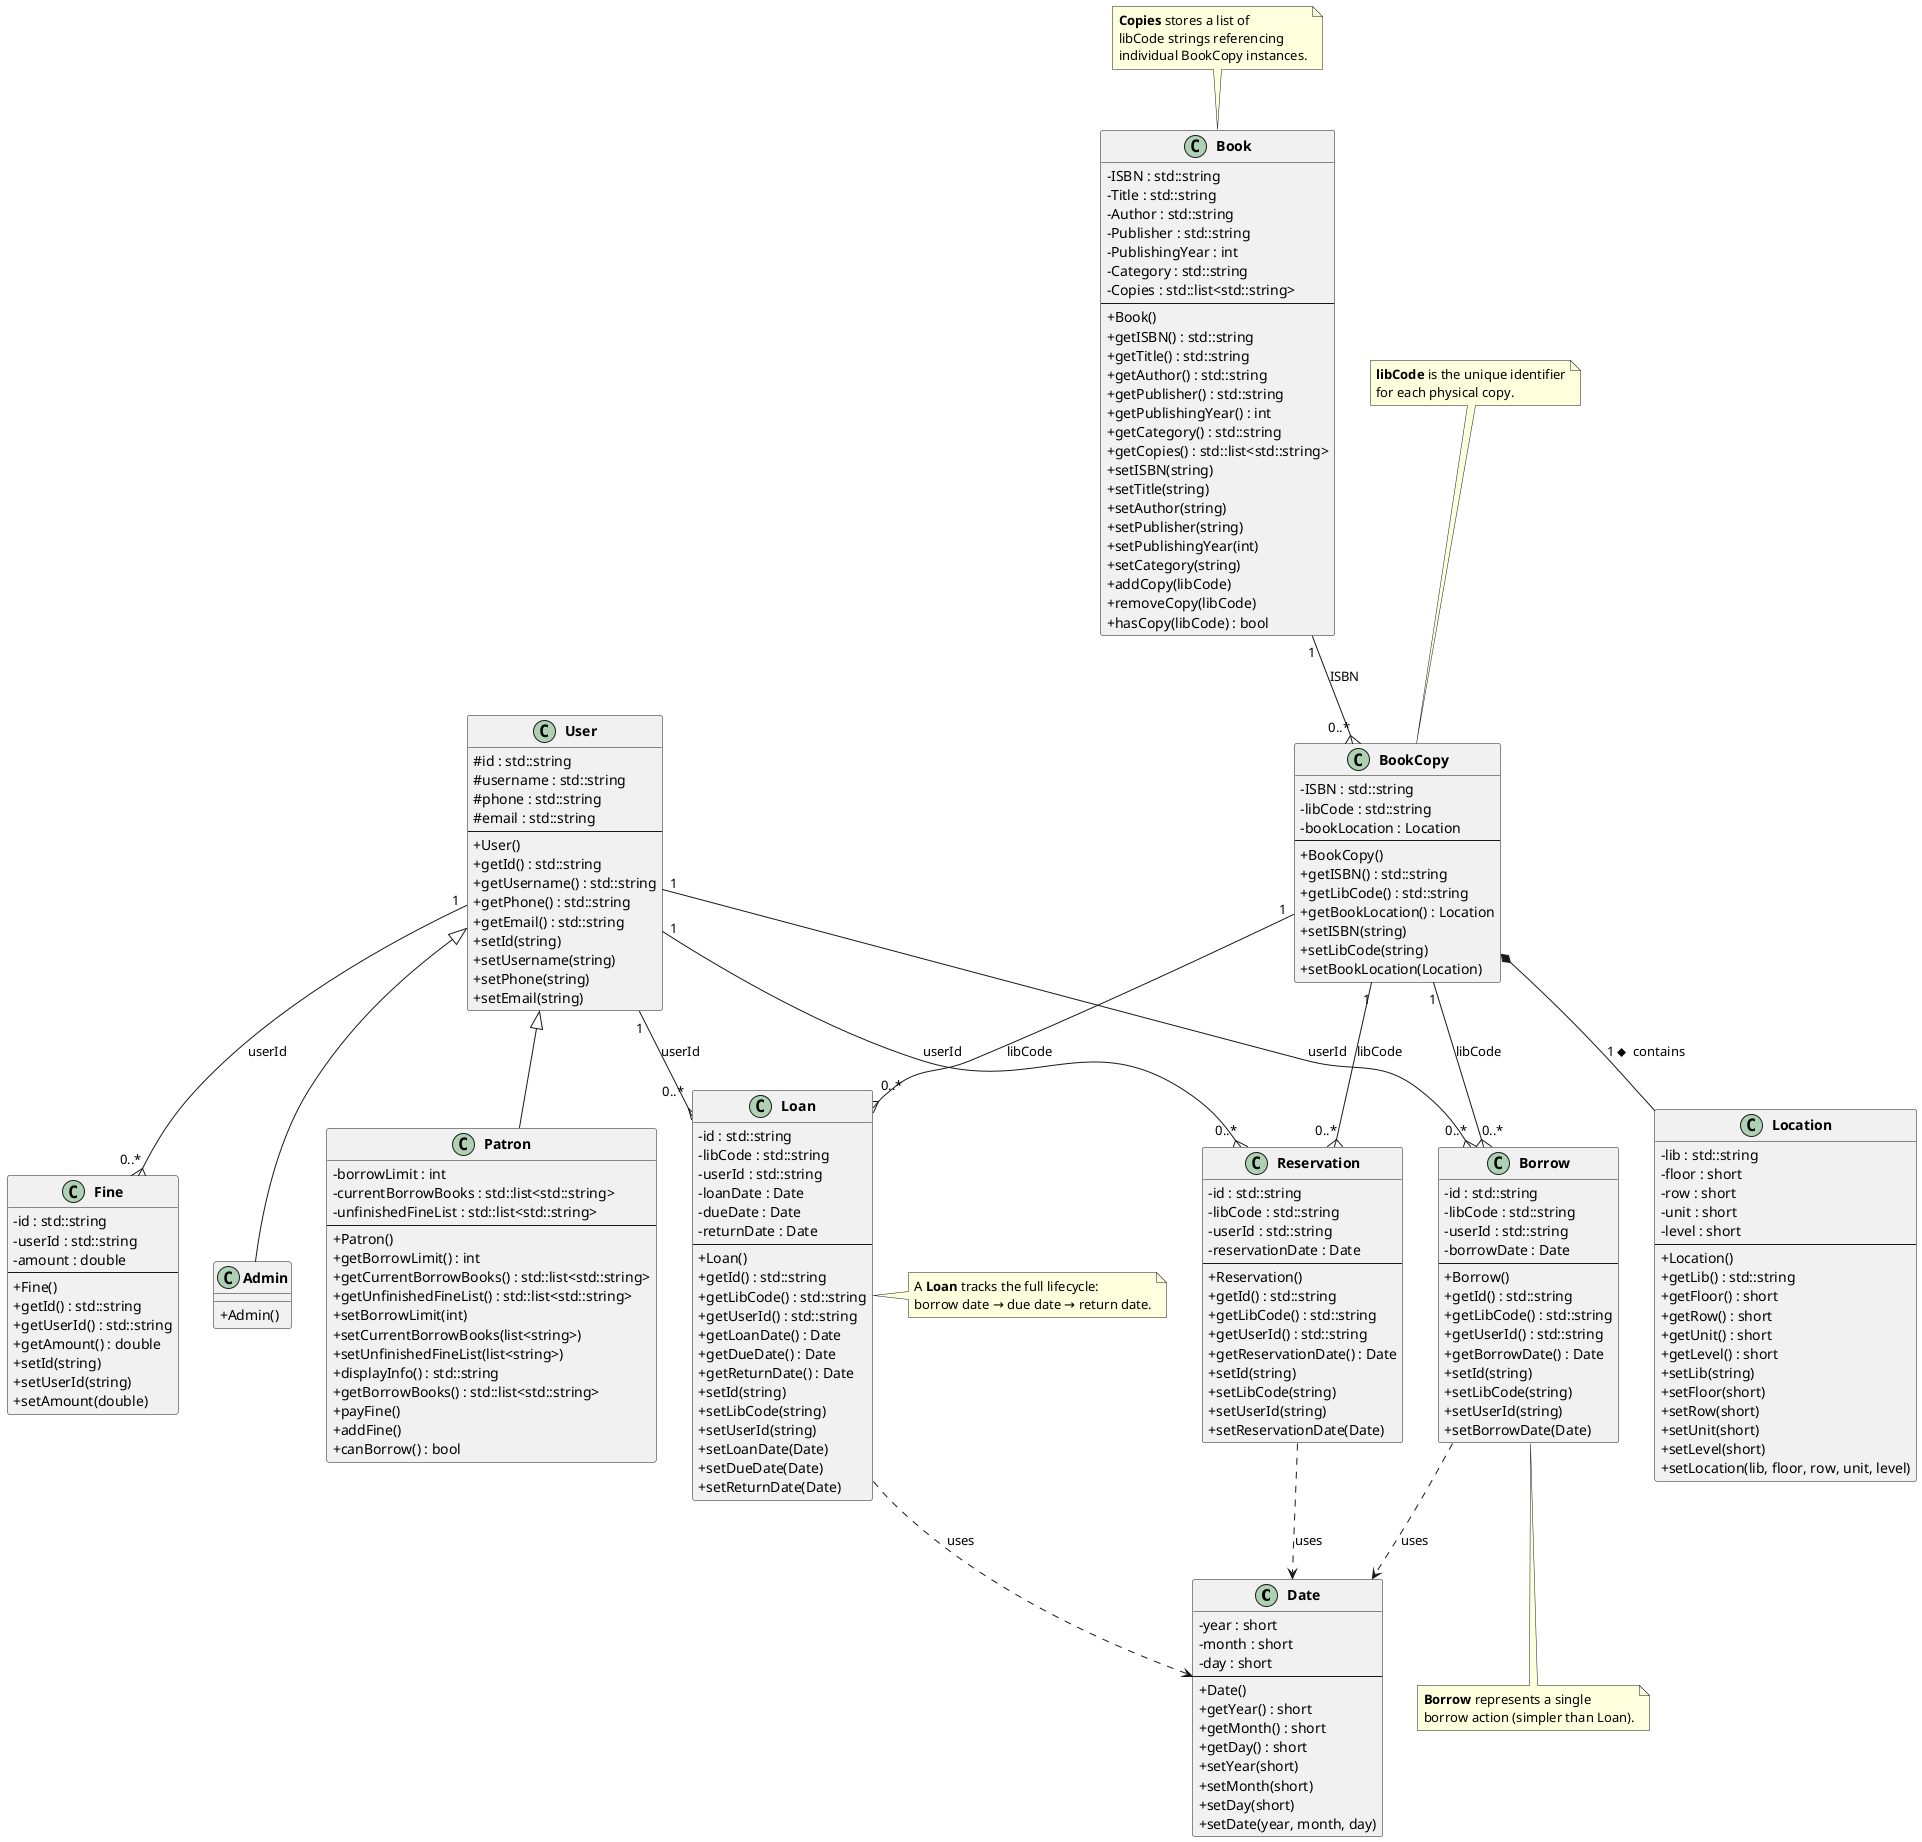
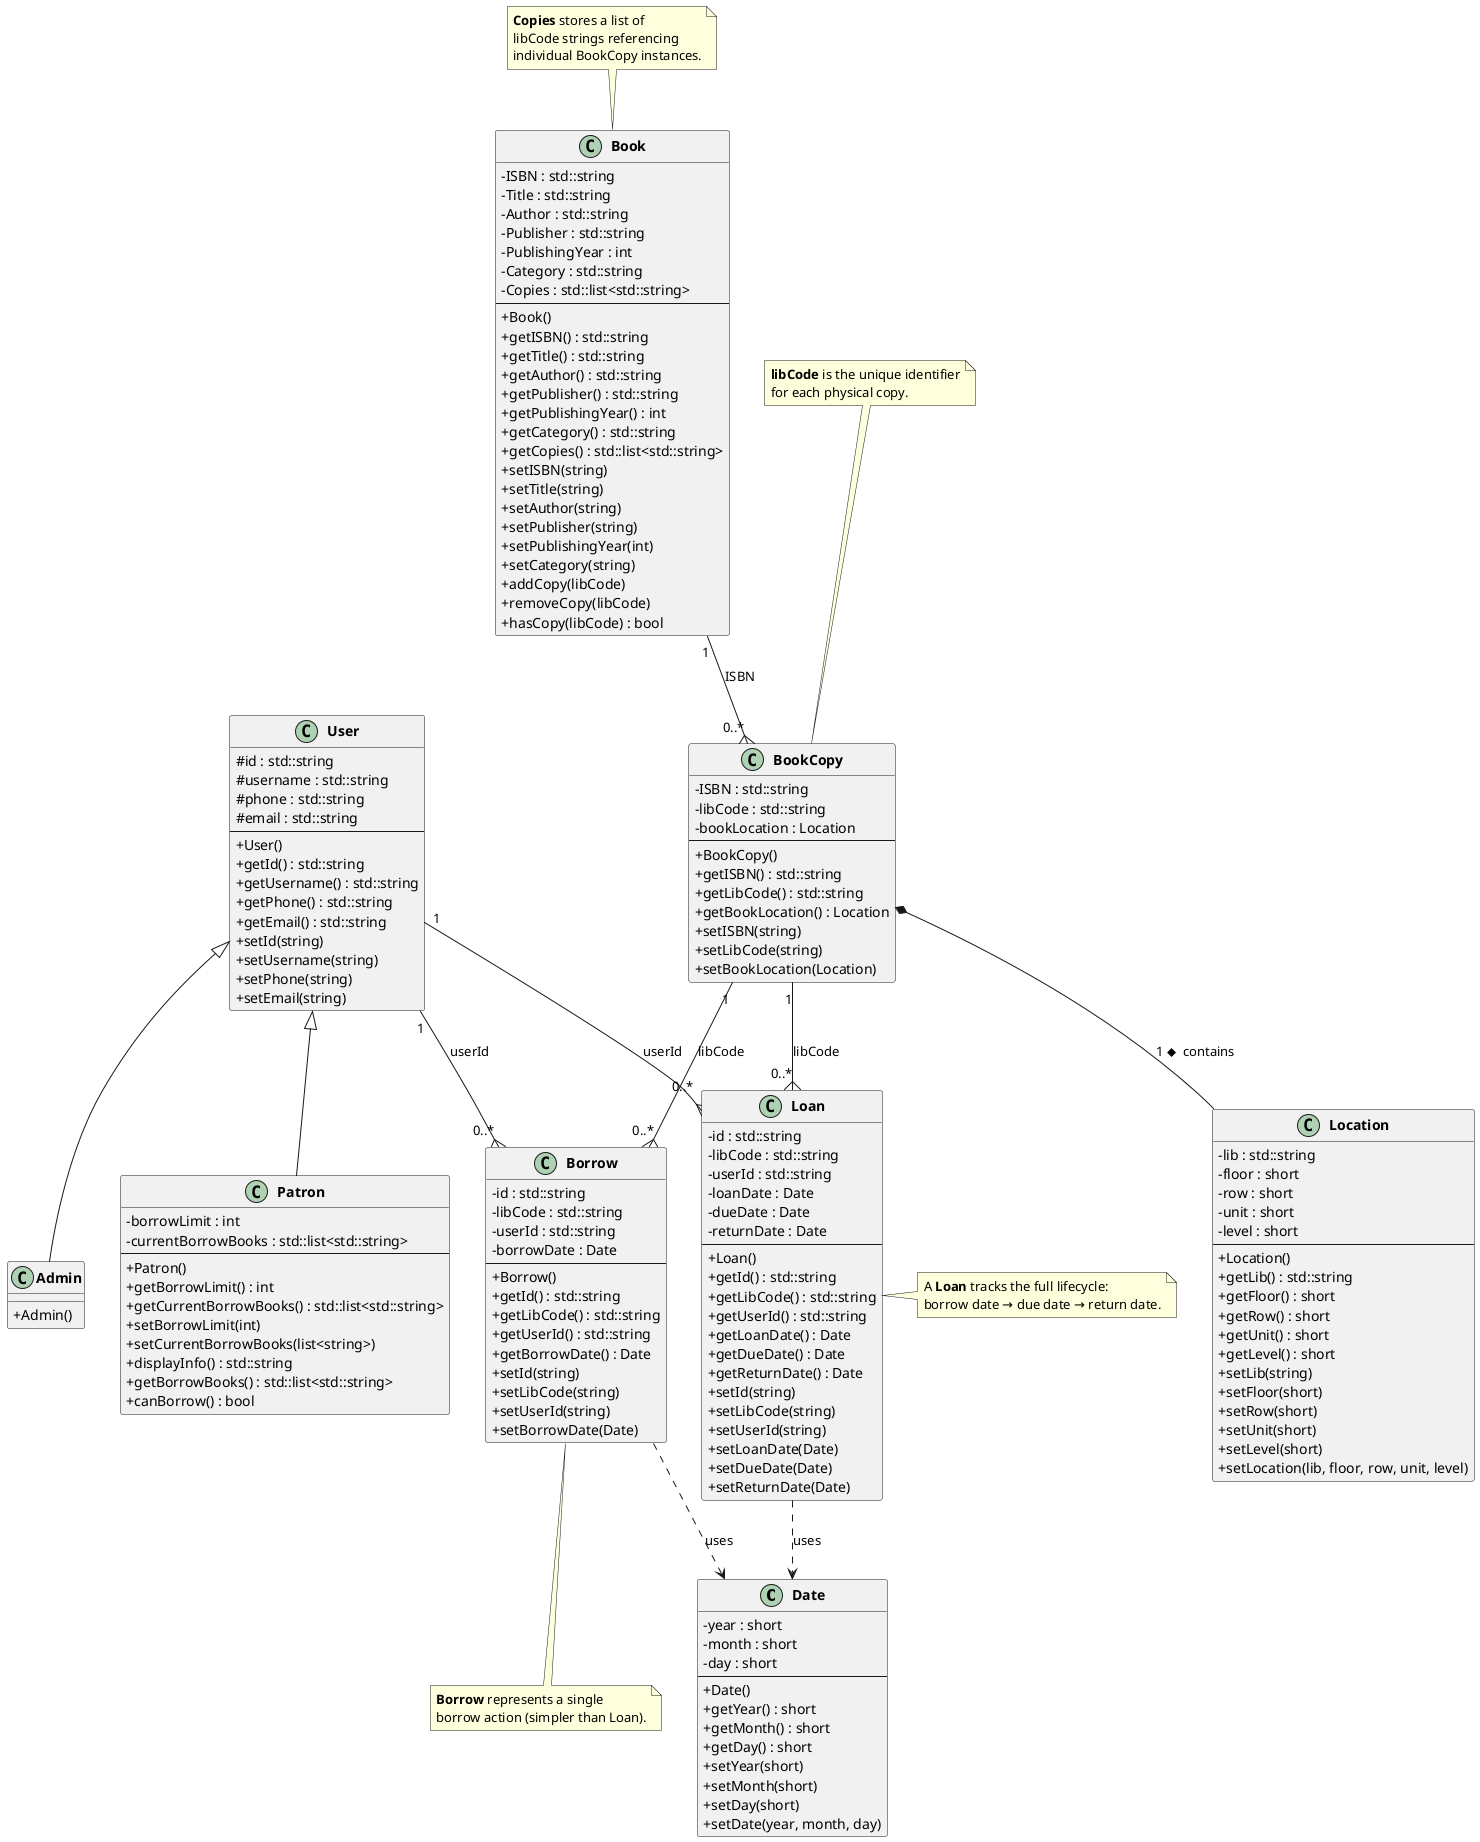
@startuml BookManagementSystem
' ============================================================
'  BookManagementSystem — Data Model Class Diagram
' ============================================================

skinparam classAttributeIconSize 0
skinparam classFontStyle bold
skinparam packageStyle rectangle

' ── Value types (no dependencies) ──────────────────────────

class Date {
  - year : short
  - month : short
  - day : short
  --
  + Date()
  + getYear() : short
  + getMonth() : short
  + getDay() : short
  + setYear(short)
  + setMonth(short)
  + setDay(short)
  + setDate(year, month, day)
}

class Location {
  - lib : std::string
  - floor : short
  - row : short
  - unit : short
  - level : short
  --
  + Location()
  + getLib() : std::string
  + getFloor() : short
  + getRow() : short
  + getUnit() : short
  + getLevel() : short
  + setLib(string)
  + setFloor(short)
  + setRow(short)
  + setUnit(short)
  + setLevel(short)
  + setLocation(lib, floor, row, unit, level)
}

' ── Core entities ──────────────────────────────────────────

class User {
  # id : std::string
  # username : std::string
  # phone : std::string
  # email : std::string
  --
  + User()
  + getId() : std::string
  + getUsername() : std::string
  + getPhone() : std::string
  + getEmail() : std::string
  + setId(string)
  + setUsername(string)
  + setPhone(string)
  + setEmail(string)
}

class Admin {
  + Admin()
}

class Patron {
  - borrowLimit : int
  - currentBorrowBooks : std::list<std::string>
-   - unfinishedFineList : std::list<std::string>
  --
  + Patron()
  + getBorrowLimit() : int
  + getCurrentBorrowBooks() : std::list<std::string>
-   + getUnfinishedFineList() : std::list<std::string>
  + setBorrowLimit(int)
  + setCurrentBorrowBooks(list<string>)
-   + setUnfinishedFineList(list<string>)
  + displayInfo() : std::string
  + getBorrowBooks() : std::list<std::string>
-   + payFine()
-   + addFine()
  + canBorrow() : bool
}

class Book {
  - ISBN : std::string
  - Title : std::string
  - Author : std::string
  - Publisher : std::string
  - PublishingYear : int
  - Category : std::string
  - Copies : std::list<std::string>
  --
  + Book()
  + getISBN() : std::string
  + getTitle() : std::string
  + getAuthor() : std::string
  + getPublisher() : std::string
  + getPublishingYear() : int
  + getCategory() : std::string
  + getCopies() : std::list<std::string>
  + setISBN(string)
  + setTitle(string)
  + setAuthor(string)
  + setPublisher(string)
  + setPublishingYear(int)
  + setCategory(string)
  + addCopy(libCode)
  + removeCopy(libCode)
  + hasCopy(libCode) : bool
}

class BookCopy {
  - ISBN : std::string
  - libCode : std::string
  - bookLocation : Location
  --
  + BookCopy()
  + getISBN() : std::string
  + getLibCode() : std::string
  + getBookLocation() : Location
  + setISBN(string)
  + setLibCode(string)
  + setBookLocation(Location)
}

' ── Transaction entities ───────────────────────────────────

class Loan {
  - id : std::string
  - libCode : std::string
  - userId : std::string
  - loanDate : Date
  - dueDate : Date
  - returnDate : Date
  --
  + Loan()
  + getId() : std::string
  + getLibCode() : std::string
  + getUserId() : std::string
  + getLoanDate() : Date
  + getDueDate() : Date
  + getReturnDate() : Date
  + setId(string)
  + setLibCode(string)
  + setUserId(string)
  + setLoanDate(Date)
  + setDueDate(Date)
  + setReturnDate(Date)
}

class Borrow {
  - id : std::string
  - libCode : std::string
  - userId : std::string
  - borrowDate : Date
  --
  + Borrow()
  + getId() : std::string
  + getLibCode() : std::string
  + getUserId() : std::string
  + getBorrowDate() : Date
  + setId(string)
  + setLibCode(string)
  + setUserId(string)
  + setBorrowDate(Date)
}

- class Reservation {
-   - id : std::string
-   - libCode : std::string
-   - userId : std::string
-   - reservationDate : Date
-   --
-   + Reservation()
-   + getId() : std::string
-   + getLibCode() : std::string
-   + getUserId() : std::string
-   + getReservationDate() : Date
-   + setId(string)
-   + setLibCode(string)
-   + setUserId(string)
-   + setReservationDate(Date)
- }
- 
- class Fine {
-   - id : std::string
-   - userId : std::string
-   - amount : double
-   --
-   + Fine()
-   + getId() : std::string
-   + getUserId() : std::string
-   + getAmount() : double
-   + setId(string)
-   + setUserId(string)
-   + setAmount(double)
- }
- 
' ── Inheritance ────────────────────────────────────────────

User <|-- Admin
User <|-- Patron

' ── Composition ────────────────────────────────────────────

BookCopy *-- Location  : "1 ⬥  contains"

' ── Aggregation / Dependency ──────────────────────────────

Loan ..> Date    : uses
Borrow ..> Date  : uses
- Reservation ..> Date : uses

' ── Associations (by string keys) ──────────────────────────

Book    "1" --{ "0..*" BookCopy     : ISBN
BookCopy "1" --{ "0..*" Loan         : libCode
BookCopy "1" --{ "0..*" Borrow       : libCode
- BookCopy "1" --{ "0..*" Reservation  : libCode
User    "1" --{ "0..*" Loan          : userId
User    "1" --{ "0..*" Borrow        : userId
- User    "1" --{ "0..*" Reservation   : userId
- User    "1" --{ "0..*" Fine          : userId

' ── Notes ──────────────────────────────────────────────────

note top of BookCopy
  <b>libCode</b> is the unique identifier
  for each physical copy.
end note

note top of Book
  <b>Copies</b> stores a list of
  libCode strings referencing
  individual BookCopy instances.
end note

note right of Loan
  A <b>Loan</b> tracks the full lifecycle:
  borrow date → due date → return date.
end note

note bottom of Borrow
  <b>Borrow</b> represents a single
  borrow action (simpler than Loan).
end note

@enduml
